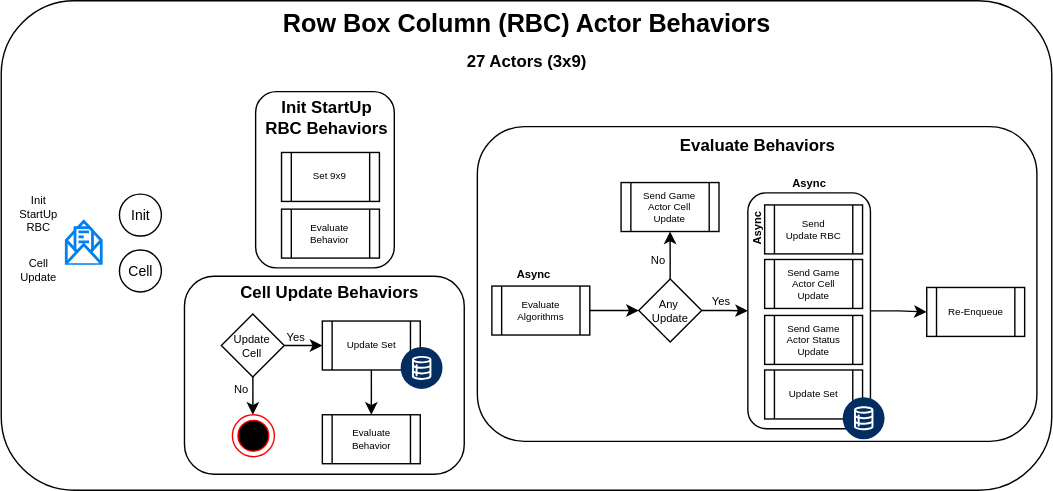
This is docs/RBCActor.svg from sunlao/py_sudoku_solver, a draw.io export, as it was before one commit. Source tidied: cells renumbered, new cells last; positions are measured from the earlier drawing's top-left corner, leaving out a move shared by most shapes.
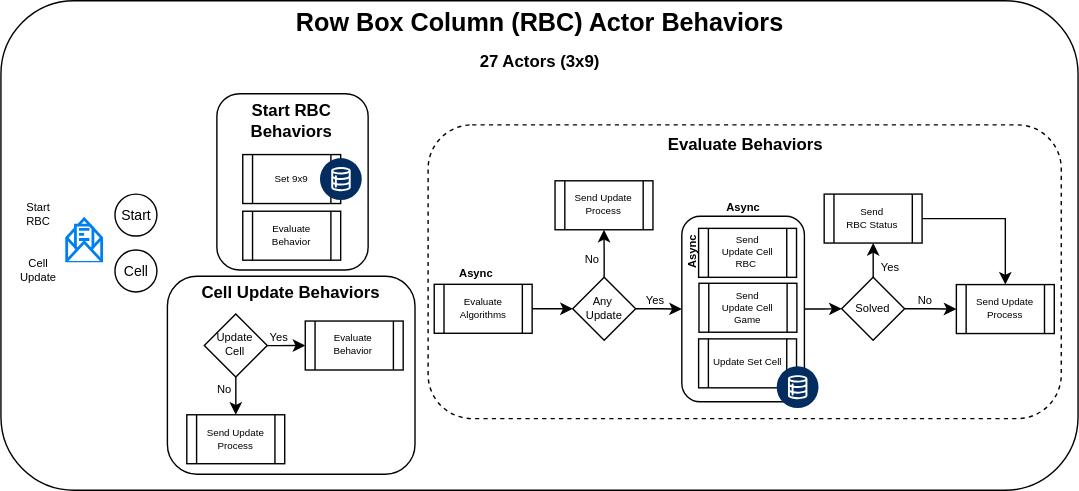
After the commit.

Diff of the diagram source:
```diff
@@ -3,55 +3,57 @@
     <mxCell id="0" />
     <mxCell id="1" parent="0" />
     <mxCell id="2" style="rounded=1;whiteSpace=wrap;html=1;" parent="1" vertex="1">
-      <mxGeometry width="751" height="350" as="geometry" />
+      <mxGeometry x="-8" width="770" height="350" as="geometry" />
     </mxCell>
     <mxCell id="3" style="rounded=1;whiteSpace=wrap;html=1;" parent="1" vertex="1">
-      <mxGeometry x="181.9" y="65" width="99.1" height="126" as="geometry" />
+      <mxGeometry x="146.4" y="66.5" width="108.1" height="126" as="geometry" />
     </mxCell>
-    <mxCell id="4" style="rounded=1;whiteSpace=wrap;html=1;" parent="1" vertex="1">
-      <mxGeometry x="340.4" y="90" width="400" height="225" as="geometry" />
+    <mxCell id="4" style="rounded=1;whiteSpace=wrap;html=1;dashed=1;" parent="1" vertex="1">
+      <mxGeometry x="297.4" y="88.8" width="452.6" height="210" as="geometry" />
     </mxCell>
-    <mxCell id="5" style="edgeStyle=orthogonalEdgeStyle;rounded=0;jettySize=auto;html=1;entryX=0;entryY=0.5;entryDx=0;entryDy=0;" parent="1" edge="1" source="6" target="23">
-      <mxGeometry relative="1" as="geometry" />
-    </mxCell>
+    <mxCell id="48" style="edgeStyle=orthogonalEdgeStyle;rounded=0;jettySize=auto;html=1;" parent="1" edge="1" source="6" target="56">
+      <mxGeometry relative="1" as="geometry" />
+    </mxCell>
     <mxCell id="6" style="rounded=1;whiteSpace=wrap;html=1;" parent="1" vertex="1">
-      <mxGeometry x="533.7" y="137.4" width="87.6" height="168.6" as="geometry" />
+      <mxGeometry x="478.7" y="154.1" width="87.6" height="132.6" as="geometry" />
     </mxCell>
-    <mxCell id="7" value="Init" style="ellipse;whiteSpace=wrap;html=1;fontSize=10;" parent="1" vertex="1">
-      <mxGeometry x="84.5" y="138.2" width="30" height="30" as="geometry" />
+    <mxCell id="7" value="Start" style="ellipse;whiteSpace=wrap;html=1;fontSize=10;" parent="1" vertex="1">
+      <mxGeometry x="73.5" y="138.2" width="30" height="30" as="geometry" />
     </mxCell>
     <mxCell id="8" style="html=1;verticalLabelPosition=bottom;align=center;labelBackgroundColor=#ffffff;verticalAlign=top;strokeWidth=2;strokeColor=#0080F0;shadow=0;dashed=0;shape=mxgraph.ios7.icons.envelope_(message);" parent="1" vertex="1">
-      <mxGeometry x="47" y="158.2" width="25" height="30" as="geometry" />
+      <mxGeometry x="39" y="156" width="25" height="30" as="geometry" />
     </mxCell>
-    <mxCell id="9" value="&lt;div&gt;Init StartUp RBC&lt;/div&gt;" style="text;html=1;whiteSpace=wrap;strokeColor=none;fillColor=none;align=center;verticalAlign=middle;rounded=0;fontSize=8;" parent="1" vertex="1">
-      <mxGeometry x="12" y="138.2" width="30" height="30" as="geometry" />
+    <mxCell id="9" value="&lt;div&gt;Start RBC&lt;/div&gt;" style="text;html=1;whiteSpace=wrap;strokeColor=none;fillColor=none;align=center;verticalAlign=middle;rounded=0;fontSize=8;" parent="1" vertex="1">
+      <mxGeometry x="4" y="138.2" width="30" height="30" as="geometry" />
     </mxCell>
     <mxCell id="10" value="Cell" style="ellipse;whiteSpace=wrap;html=1;fontSize=10;" parent="1" vertex="1">
-      <mxGeometry x="84.5" y="178.2" width="30" height="30" as="geometry" />
+      <mxGeometry x="73.5" y="178.2" width="30" height="30" as="geometry" />
     </mxCell>
     <mxCell id="11" value="Cell Update" style="text;html=1;whiteSpace=wrap;strokeColor=none;fillColor=none;align=center;verticalAlign=middle;rounded=0;fontSize=8;" parent="1" vertex="1">
-      <mxGeometry x="12" y="178.2" width="30" height="30" as="geometry" />
+      <mxGeometry x="4" y="178.2" width="30" height="30" as="geometry" />
     </mxCell>
     <mxCell id="12" value="Set 9x9" style="shape=process;whiteSpace=wrap;html=1;backgroundOutline=1;fontSize=7;" parent="1" vertex="1">
-      <mxGeometry x="200.4" y="108.5" width="70" height="35" as="geometry" />
+      <mxGeometry x="164.9" y="110" width="70" height="35" as="geometry" />
     </mxCell>
     <mxCell id="13" value="Evaluate Behaviors" style="text;html=1;whiteSpace=wrap;strokeColor=none;fillColor=none;align=center;verticalAlign=middle;rounded=0;fontStyle=1;" parent="1" vertex="1">
-      <mxGeometry x="346" y="89" width="390" height="30" as="geometry" />
+      <mxGeometry x="297" y="87.8" width="455" height="30" as="geometry" />
     </mxCell>
-    <mxCell id="14" style="edgeStyle=orthogonalEdgeStyle;rounded=0;jettySize=auto;html=1;entryX=0;entryY=0.5;entryDx=0;entryDy=0;" parent="1" edge="1" source="15" target="21">
-      <mxGeometry relative="1" as="geometry" />
+    <mxCell id="14" style="edgeStyle=orthogonalEdgeStyle;rounded=0;jettySize=auto;html=1;entryX=0;entryY=0.5;entryDx=0;entryDy=0;" parent="1" edge="1" target="21">
+      <mxGeometry relative="1" as="geometry">
+        <mxPoint x="365.7" y="220.2" as="sourcePoint" />
+      </mxGeometry>
     </mxCell>
     <mxCell id="15" value="Evaluate&lt;div&gt;Algorithms&lt;/div&gt;" style="shape=process;whiteSpace=wrap;html=1;backgroundOutline=1;fontSize=7;" parent="1" vertex="1">
-      <mxGeometry x="350.7" y="204" width="70" height="35" as="geometry" />
+      <mxGeometry x="301.7" y="202.8" width="70" height="35" as="geometry" />
     </mxCell>
     <mxCell id="16" value="Async" style="text;html=1;whiteSpace=wrap;strokeColor=none;fillColor=none;align=center;verticalAlign=middle;rounded=0;fontSize=8;fontStyle=1;" parent="1" vertex="1">
-      <mxGeometry x="370.6" y="190" width="20" height="12.5" as="geometry" />
+      <mxGeometry x="321.6" y="188.8" width="20" height="12.5" as="geometry" />
     </mxCell>
-    <mxCell id="17" value="Send &lt;br&gt;Update RBC" style="shape=process;whiteSpace=wrap;html=1;backgroundOutline=1;fontSize=7;" parent="1" vertex="1">
-      <mxGeometry x="545.7" y="146" width="70" height="35" as="geometry" />
+    <mxCell id="17" value="Send &lt;br&gt;Update Cell RBC&amp;nbsp;" style="shape=process;whiteSpace=wrap;html=1;backgroundOutline=1;fontSize=7;" parent="1" vertex="1">
+      <mxGeometry x="490.7" y="162.8" width="70" height="35" as="geometry" />
     </mxCell>
     <mxCell id="18" value="Async" style="text;html=1;whiteSpace=wrap;strokeColor=none;fillColor=none;align=center;verticalAlign=middle;rounded=0;fontSize=8;fontStyle=1;" parent="1" vertex="1">
-      <mxGeometry x="567.7" y="124.5" width="20" height="12.5" as="geometry" />
+      <mxGeometry x="512.7" y="141.2" width="20" height="12.5" as="geometry" />
     </mxCell>
     <mxCell id="19" style="edgeStyle=orthogonalEdgeStyle;rounded=0;jettySize=auto;html=1;entryX=0;entryY=0.5;entryDx=0;entryDy=0;" parent="1" edge="1" source="21" target="6">
       <mxGeometry relative="1" as="geometry" />
@@ -60,87 +62,98 @@
       <mxGeometry relative="1" as="geometry" />
     </mxCell>
     <mxCell id="21" value="Any&amp;nbsp;&lt;div&gt;Update&lt;/div&gt;" style="rhombus;whiteSpace=wrap;html=1;fontSize=8;" parent="1" vertex="1">
-      <mxGeometry x="455.7" y="199" width="45" height="45" as="geometry" />
+      <mxGeometry x="400.7" y="197.8" width="45" height="45" as="geometry" />
     </mxCell>
-    <mxCell id="22" value="Send Game Actor Cell Update" style="shape=process;whiteSpace=wrap;html=1;backgroundOutline=1;fontSize=7;" parent="1" vertex="1">
-      <mxGeometry x="545.7" y="185" width="70" height="35" as="geometry" />
+    <mxCell id="22" value="Send&lt;br&gt;Update Cell Game" style="shape=process;whiteSpace=wrap;html=1;backgroundOutline=1;fontSize=7;" parent="1" vertex="1">
+      <mxGeometry x="491" y="202" width="70" height="35" as="geometry" />
     </mxCell>
-    <mxCell id="23" value="&lt;div&gt;Re-Enqueue&lt;/div&gt;" style="shape=process;whiteSpace=wrap;html=1;backgroundOutline=1;fontSize=7;" parent="1" vertex="1">
-      <mxGeometry x="661.6" y="205" width="70" height="35" as="geometry" />
-    </mxCell>
     <mxCell id="24" value="Async" style="text;html=1;whiteSpace=wrap;strokeColor=none;fillColor=none;align=center;verticalAlign=middle;rounded=0;fontSize=8;fontStyle=1;horizontal=0;" parent="1" vertex="1">
-      <mxGeometry x="531.1" y="157" width="20" height="12.5" as="geometry" />
+      <mxGeometry x="476.1" y="173.8" width="20" height="12.5" as="geometry" />
     </mxCell>
-    <mxCell id="25" value="Send Game Actor Status Update" style="shape=process;whiteSpace=wrap;html=1;backgroundOutline=1;fontSize=7;" parent="1" vertex="1">
-      <mxGeometry x="545.7" y="225" width="70" height="35" as="geometry" />
-    </mxCell>
-    <mxCell id="26" value="Update Set" style="shape=process;whiteSpace=wrap;html=1;backgroundOutline=1;fontSize=7;" parent="1" vertex="1">
-      <mxGeometry x="545.7" y="264" width="70" height="35" as="geometry" />
+    <mxCell id="26" value="Update Set Cell" style="shape=process;whiteSpace=wrap;html=1;backgroundOutline=1;fontSize=7;" parent="1" vertex="1">
+      <mxGeometry x="490.7" y="241.8" width="70" height="35" as="geometry" />
     </mxCell>
-    <mxCell id="27" value="Send Game Actor Cell Update" style="shape=process;whiteSpace=wrap;html=1;backgroundOutline=1;fontSize=7;" parent="1" vertex="1">
-      <mxGeometry x="443.1" y="130" width="70" height="35" as="geometry" />
+    <mxCell id="27" value="Send Update Process" style="shape=process;whiteSpace=wrap;html=1;backgroundOutline=1;fontSize=7;" parent="1" vertex="1">
+      <mxGeometry x="388.1" y="128.8" width="70" height="35" as="geometry" />
     </mxCell>
     <mxCell id="28" style="verticalLabelPosition=bottom;html=1;shape=mxgraph.salesforce.data2;fillColorStyles=fillColor2,fillColor3;fillColor2=#032d60;fillColor3=#ffffff;fillColor=none;strokeColor=none;" parent="1" vertex="1">
-      <mxGeometry x="601.5" y="283.5" width="30" height="30" as="geometry" />
+      <mxGeometry x="546.5" y="261.2" width="30" height="30" as="geometry" />
     </mxCell>
     <mxCell id="29" value="Yes" style="text;html=1;whiteSpace=wrap;strokeColor=none;fillColor=none;align=center;verticalAlign=middle;rounded=0;fontSize=8;" parent="1" vertex="1">
-      <mxGeometry x="504.7" y="208.8" width="20" height="12.5" as="geometry" />
+      <mxGeometry x="449.7" y="207.5" width="20" height="12.5" as="geometry" />
     </mxCell>
     <mxCell id="30" value="No" style="text;html=1;whiteSpace=wrap;strokeColor=none;fillColor=none;align=center;verticalAlign=middle;rounded=0;fontSize=8;" parent="1" vertex="1">
-      <mxGeometry x="459.7" y="180" width="20" height="12.5" as="geometry" />
+      <mxGeometry x="404.7" y="178.8" width="20" height="12.5" as="geometry" />
     </mxCell>
     <mxCell id="31" value="Evaluate Behavior" style="shape=process;whiteSpace=wrap;html=1;backgroundOutline=1;fontSize=7;" parent="1" vertex="1">
-      <mxGeometry x="200.4" y="149" width="70" height="35" as="geometry" />
+      <mxGeometry x="164.9" y="150.5" width="70" height="35" as="geometry" />
     </mxCell>
     <mxCell id="32" style="rounded=1;whiteSpace=wrap;html=1;" parent="1" vertex="1">
-      <mxGeometry x="131" y="197" width="200" height="141.5" as="geometry" />
+      <mxGeometry x="111" y="197" width="177" height="141.5" as="geometry" />
     </mxCell>
     <mxCell id="33" value="Evaluate Behavior" style="shape=process;whiteSpace=wrap;html=1;backgroundOutline=1;fontSize=7;" parent="1" vertex="1">
-      <mxGeometry x="229.5" y="296" width="70" height="35" as="geometry" />
+      <mxGeometry x="209.5" y="229" width="70" height="35" as="geometry" />
     </mxCell>
-    <mxCell id="34" style="edgeStyle=orthogonalEdgeStyle;rounded=0;jettySize=auto;html=1;" parent="1" edge="1" source="36" target="38">
-      <mxGeometry relative="1" as="geometry" />
+    <mxCell id="34" style="edgeStyle=orthogonalEdgeStyle;rounded=0;jettySize=auto;html=1;" parent="1" edge="1" source="36">
+      <mxGeometry relative="1" as="geometry">
+        <mxPoint x="209.5" y="246.5" as="targetPoint" />
+      </mxGeometry>
     </mxCell>
     <mxCell id="35" style="edgeStyle=orthogonalEdgeStyle;rounded=0;jettySize=auto;html=1;entryX=0.5;entryY=0;entryDx=0;entryDy=0;" parent="1" edge="1" source="36">
       <mxGeometry relative="1" as="geometry">
-        <mxPoint x="179.9" y="296" as="targetPoint" />
+        <mxPoint x="159.9" y="296" as="targetPoint" />
       </mxGeometry>
     </mxCell>
     <mxCell id="36" value="Update&lt;div&gt;Cell&lt;/div&gt;" style="rhombus;whiteSpace=wrap;html=1;fontSize=8;" parent="1" vertex="1">
-      <mxGeometry x="157.4" y="224" width="45" height="45" as="geometry" />
+      <mxGeometry x="137.4" y="224" width="45" height="45" as="geometry" />
     </mxCell>
-    <mxCell id="37" style="edgeStyle=orthogonalEdgeStyle;rounded=0;jettySize=auto;html=1;entryX=0.5;entryY=0;entryDx=0;entryDy=0;" parent="1" edge="1" source="38" target="33">
-      <mxGeometry relative="1" as="geometry" />
-    </mxCell>
-    <mxCell id="38" value="Update Set" style="shape=process;whiteSpace=wrap;html=1;backgroundOutline=1;fontSize=7;" parent="1" vertex="1">
-      <mxGeometry x="229.5" y="229" width="70" height="35" as="geometry" />
-    </mxCell>
-    <mxCell id="39" style="verticalLabelPosition=bottom;html=1;shape=mxgraph.salesforce.data2;fillColorStyles=fillColor2,fillColor3;fillColor2=#032d60;fillColor3=#ffffff;fillColor=none;strokeColor=none;" parent="1" vertex="1">
-      <mxGeometry x="285.5" y="247.5" width="30" height="30" as="geometry" />
-    </mxCell>
     <mxCell id="40" value="Yes" style="text;html=1;whiteSpace=wrap;strokeColor=none;fillColor=none;align=center;verticalAlign=middle;rounded=0;fontSize=8;" parent="1" vertex="1">
-      <mxGeometry x="201.4" y="235" width="20" height="12.5" as="geometry" />
+      <mxGeometry x="181.4" y="235" width="20" height="12.5" as="geometry" />
     </mxCell>
     <mxCell id="41" value="No" style="text;html=1;whiteSpace=wrap;strokeColor=none;fillColor=none;align=center;verticalAlign=middle;rounded=0;fontSize=8;" parent="1" vertex="1">
-      <mxGeometry x="161.5" y="272" width="20" height="12.5" as="geometry" />
+      <mxGeometry x="141.5" y="272" width="20" height="12.5" as="geometry" />
     </mxCell>
-    <mxCell id="42" value="Init StartUp RBC Behaviors" style="text;html=1;whiteSpace=wrap;strokeColor=none;fillColor=none;align=center;verticalAlign=middle;rounded=0;fontStyle=1;" parent="1" vertex="1">
-      <mxGeometry x="188" y="69" width="90" height="30" as="geometry" />
+    <mxCell id="42" value="Start RBC Behaviors" style="text;html=1;whiteSpace=wrap;strokeColor=none;fillColor=none;align=center;verticalAlign=middle;rounded=0;fontStyle=1;" parent="1" vertex="1">
+      <mxGeometry x="144.5" y="70.5" width="110" height="30" as="geometry" />
     </mxCell>
     <mxCell id="43" value="Cell Update Behaviors" style="text;html=1;whiteSpace=wrap;strokeColor=none;fillColor=none;align=center;verticalAlign=middle;rounded=0;fontStyle=1;" parent="1" vertex="1">
-      <mxGeometry x="135" y="194" width="200" height="30" as="geometry" />
+      <mxGeometry x="113" y="194" width="173" height="30" as="geometry" />
     </mxCell>
     <mxCell id="44" value="Row Box Column (RBC) Actor Behaviors" style="text;html=1;whiteSpace=wrap;strokeColor=none;fillColor=none;align=center;verticalAlign=middle;rounded=0;fontStyle=1;fontSize=18;" parent="1" vertex="1">
-      <mxGeometry x="1" y="3" width="750" height="27" as="geometry" />
+      <mxGeometry x="-7" y="3" width="769" height="27" as="geometry" />
     </mxCell>
     <mxCell id="45" value="27 Actors (3x9)" style="text;html=1;whiteSpace=wrap;strokeColor=none;fillColor=none;align=center;verticalAlign=middle;rounded=0;fontStyle=1;fontSize=12;" parent="1" vertex="1">
-      <mxGeometry x="1" y="30" width="750" height="27" as="geometry" />
+      <mxGeometry x="-7" y="30" width="769" height="27" as="geometry" />
     </mxCell>
-    <mxCell id="46" style="ellipse;html=1;shape=endState;fillColor=#000000;strokeColor=#ff0000;" parent="1" vertex="1">
-      <mxGeometry x="165.3" y="296" width="30" height="30" as="geometry" />
-    </mxCell>
-    <mxCell id="47" value="End" style="text;html=1;whiteSpace=wrap;strokeColor=none;fillColor=none;align=center;verticalAlign=middle;rounded=0;fontSize=8;fontColor=light-dark(#000000,#000000);" parent="1" vertex="1">
-      <mxGeometry x="169.8" y="304.8" width="20" height="12.5" as="geometry" />
-    </mxCell>
+    <mxCell id="49" style="verticalLabelPosition=bottom;html=1;shape=mxgraph.salesforce.data2;fillColorStyles=fillColor2,fillColor3;fillColor2=#032d60;fillColor3=#ffffff;fillColor=none;strokeColor=none;" parent="1" vertex="1">
+      <mxGeometry x="220" y="112.5" width="30" height="30" as="geometry" />
+    </mxCell>
+    <mxCell id="50" value="Send Update Process" style="shape=process;whiteSpace=wrap;html=1;backgroundOutline=1;fontSize=7;" parent="1" vertex="1">
+      <mxGeometry x="124.9" y="296" width="70" height="35" as="geometry" />
+    </mxCell>
+    <mxCell id="51" value="Send Update Process" style="shape=process;whiteSpace=wrap;html=1;backgroundOutline=1;fontSize=7;" parent="1" vertex="1">
+      <mxGeometry x="675" y="202.9" width="70" height="35" as="geometry" />
+    </mxCell>
+    <mxCell id="52" style="edgeStyle=orthogonalEdgeStyle;rounded=0;jettySize=auto;html=1;" parent="1" edge="1" source="53" target="51">
+      <mxGeometry relative="1" as="geometry" />
+    </mxCell>
+    <mxCell id="53" value="Send&lt;br&gt;RBC Status" style="shape=process;whiteSpace=wrap;html=1;backgroundOutline=1;fontSize=7;" parent="1" vertex="1">
+      <mxGeometry x="580.5" y="138.2" width="70" height="35" as="geometry" />
+    </mxCell>
+    <mxCell id="54" style="edgeStyle=orthogonalEdgeStyle;rounded=0;jettySize=auto;html=1;entryX=0;entryY=0.5;entryDx=0;entryDy=0;" parent="1" edge="1" source="56" target="51">
+      <mxGeometry relative="1" as="geometry" />
+    </mxCell>
+    <mxCell id="55" style="edgeStyle=orthogonalEdgeStyle;rounded=0;jettySize=auto;html=1;" parent="1" edge="1" source="56" target="53">
+      <mxGeometry relative="1" as="geometry" />
+    </mxCell>
+    <mxCell id="56" value="Solved" style="rhombus;whiteSpace=wrap;html=1;fontSize=8;" parent="1" vertex="1">
+      <mxGeometry x="593" y="197.8" width="45" height="45" as="geometry" />
+    </mxCell>
+    <mxCell id="57" value="No" style="text;html=1;whiteSpace=wrap;strokeColor=none;fillColor=none;align=center;verticalAlign=middle;rounded=0;fontSize=8;" parent="1" vertex="1">
+      <mxGeometry x="643" y="207.5" width="20" height="12.5" as="geometry" />
+    </mxCell>
+    <mxCell id="58" value="Yes" style="text;html=1;whiteSpace=wrap;strokeColor=none;fillColor=none;align=center;verticalAlign=middle;rounded=0;fontSize=8;" parent="1" vertex="1">
+      <mxGeometry x="618" y="184.5" width="20" height="12.5" as="geometry" />
+    </mxCell>
   </root>
 </mxGraphModel>
```
